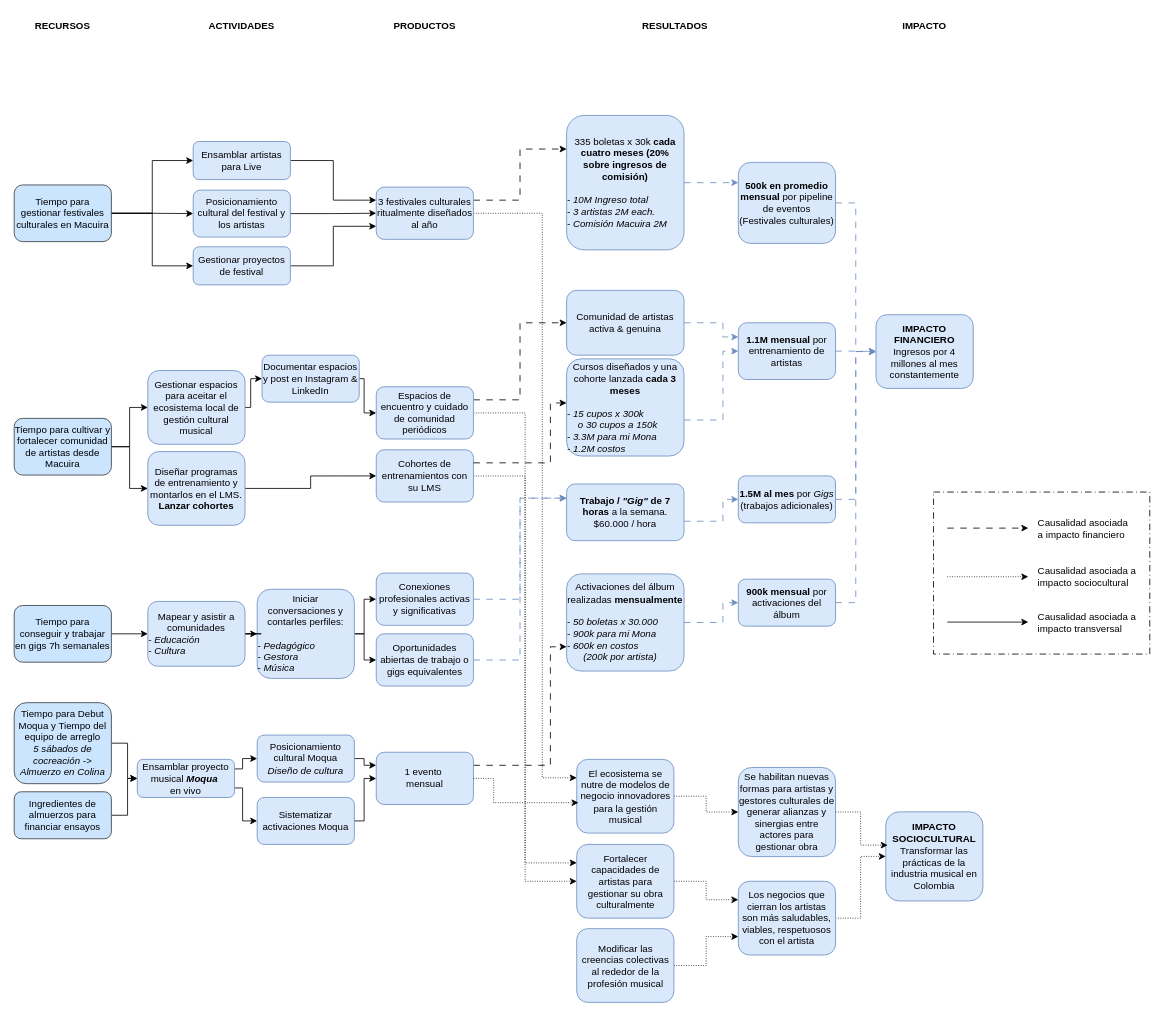
Before: editables/Macuira.drawio in alorozco22/estrategias, a draw.io diagram. Source tidied: cells renumbered, new cells numbered last; positions are measured from the earlier drawing's top-left corner, leaving out a move shared by most shapes. Both pictures are drawn from the tidied source at 81%, with x=0, y=0 at pixel (14, 14).
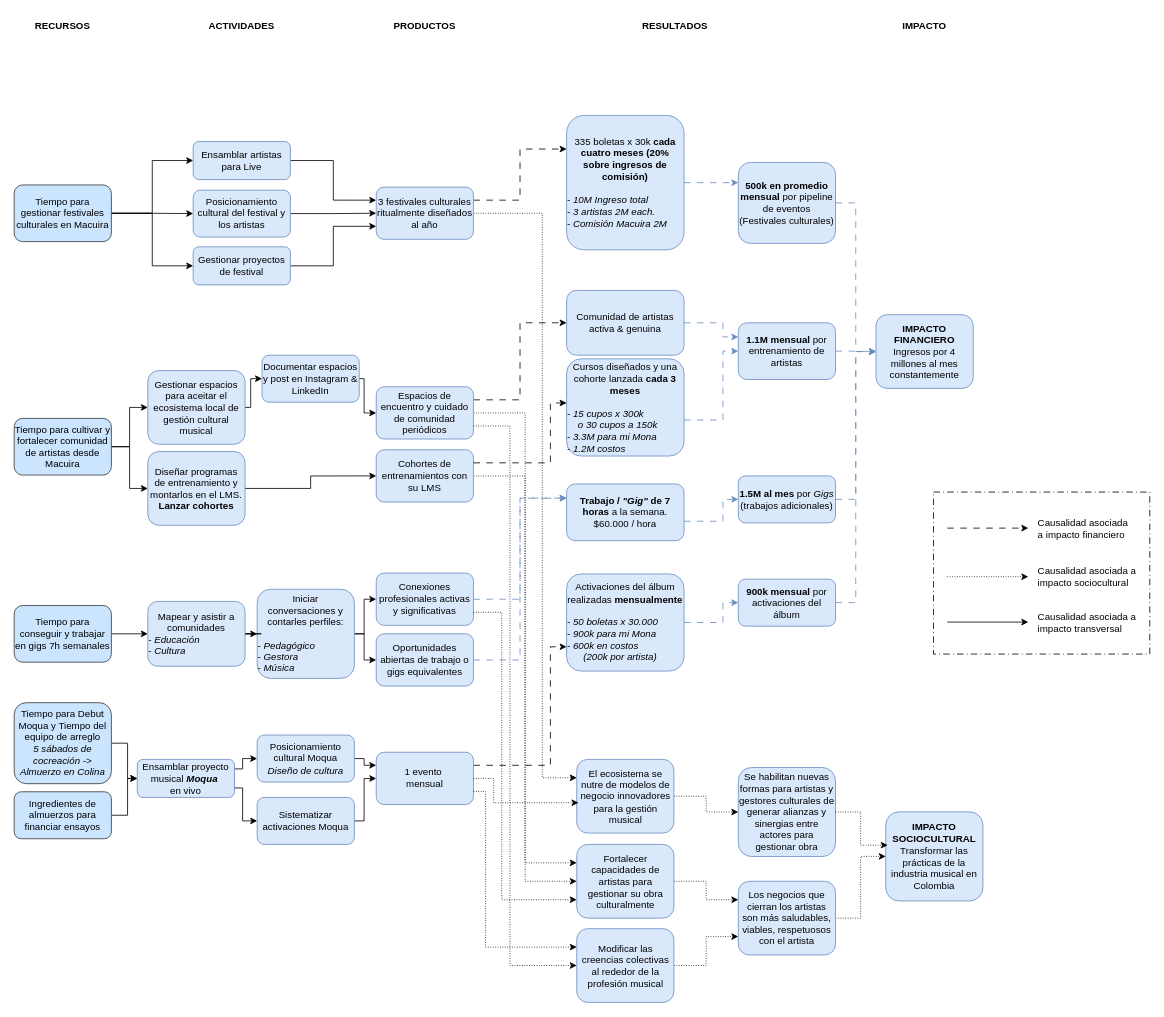
Above is the later version.

Commit message (it also covers changes not shown here):
Versión nueva de modelo macuira

The change refers to these unchanged cells:
```xml
<mxCell id="55" value="Espacios de encuentro y cuidado de comunidad periódicos" style="rounded=1;whiteSpace=wrap;html=1;fillColor=light-dark(#DAE8FC,#F2955F);strokeColor=#6c8ebf;" parent="1" vertex="1">
  <mxGeometry x="447" y="460" width="120" height="64.5" as="geometry" />
</mxCell>
<mxCell id="59" value="1 evento&amp;nbsp;&lt;div&gt;mensual&lt;/div&gt;" style="rounded=1;whiteSpace=wrap;html=1;fillColor=light-dark(#DAE8FC,#F2955F);strokeColor=#6c8ebf;" parent="1" vertex="1">
  <mxGeometry x="447" y="911.2" width="120" height="64.5" as="geometry" />
</mxCell>
<mxCell id="61" value="Conexiones profesionales activas y significativas" style="rounded=1;whiteSpace=wrap;html=1;fillColor=light-dark(#DAE8FC,#F2955F);strokeColor=#6c8ebf;" parent="1" vertex="1">
  <mxGeometry x="447" y="690" width="120" height="64.5" as="geometry" />
</mxCell>
<mxCell id="79" value="&lt;span&gt;Fortalecer capacidades de artistas para gestionar su obra culturalmente&lt;/span&gt;" style="rounded=1;whiteSpace=wrap;html=1;fillColor=light-dark(#DAE8FC,#FFFF99);strokeColor=#6c8ebf;fontColor=light-dark(#000000,#000000);fontStyle=0;" parent="1" vertex="1">
  <mxGeometry x="694.5" y="1025" width="120" height="91" as="geometry" />
</mxCell>
<mxCell id="81" value="&lt;span&gt;Modificar las creencias colectivas al rededor de la profesión musical&lt;/span&gt;" style="rounded=1;whiteSpace=wrap;html=1;fillColor=light-dark(#DAE8FC,#FFFF99);strokeColor=#6c8ebf;fontColor=light-dark(#000000,#000000);fontStyle=0;" parent="1" vertex="1">
  <mxGeometry x="694.5" y="1129" width="120" height="91" as="geometry" />
</mxCell>
```

Diff of the diagram source:
```diff
@@
+    <mxCell id="97" style="edgeStyle=orthogonalEdgeStyle;rounded=0;jettySize=auto;html=1;entryX=0;entryY=0.75;entryDx=0;entryDy=0;dashed=1;dashPattern=1 2;strokeColor=light-dark(#000000,#6C8EBF);exitX=1;exitY=0.75;exitDx=0;exitDy=0;" parent="1" edge="1" source="61" target="79">
+      <mxGeometry x="0.4" relative="1" as="geometry">
+        <Array as="points">
+          <mxPoint x="602" y="738.4" />
+          <mxPoint x="602" y="1093.3" />
+        </Array>
+      </mxGeometry>
+    </mxCell>
+    <mxCell id="98" style="edgeStyle=orthogonalEdgeStyle;rounded=0;jettySize=auto;html=1;dashed=1;dashPattern=1 2;strokeColor=light-dark(#000000,#6C8EBF);exitX=1;exitY=0.75;exitDx=0;exitDy=0;entryX=0;entryY=0.25;entryDx=0;entryDy=0;" parent="1" edge="1" source="59" target="81">
+      <mxGeometry x="0.29" relative="1" as="geometry">
+        <Array as="points">
+          <mxPoint x="582" y="959.6" />
+          <mxPoint x="582" y="1151.8" />
+        </Array>
+      </mxGeometry>
+    </mxCell>
+    <mxCell id="99" style="edgeStyle=orthogonalEdgeStyle;rounded=0;jettySize=auto;html=1;strokeColor=light-dark(#000000,#6C8EBF);dashed=1;dashPattern=1 2;exitX=1;exitY=0.75;exitDx=0;exitDy=0;entryX=0;entryY=0.5;entryDx=0;entryDy=0;" parent="1" edge="1" source="55" target="81">
+      <mxGeometry x="0.27" relative="1" as="geometry">
+        <Array as="points">
+          <mxPoint x="612" y="508.4" />
+          <mxPoint x="612" y="1174.5" />
+        </Array>
+      </mxGeometry>
+    </mxCell>
```
